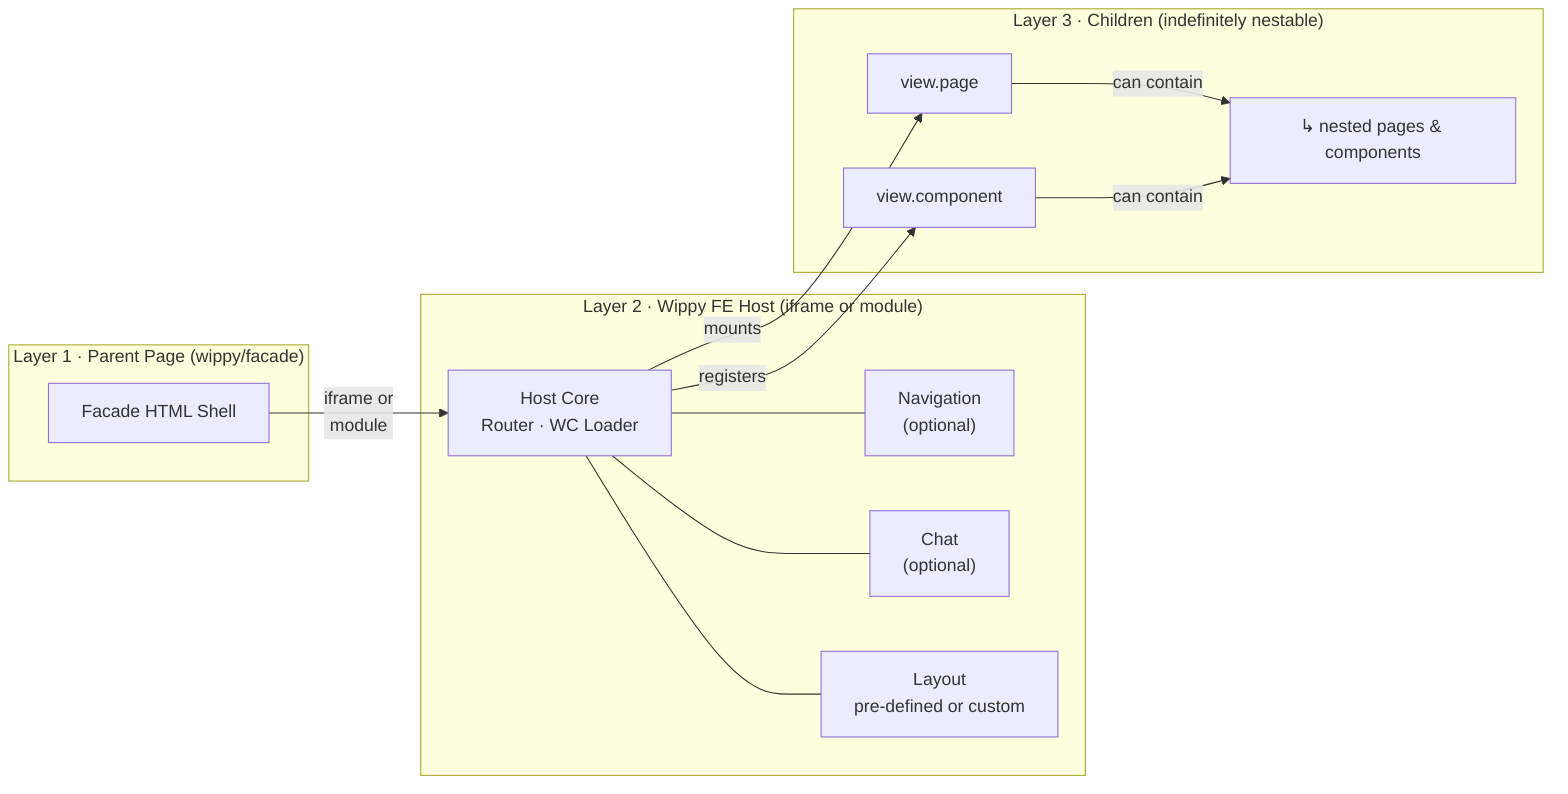
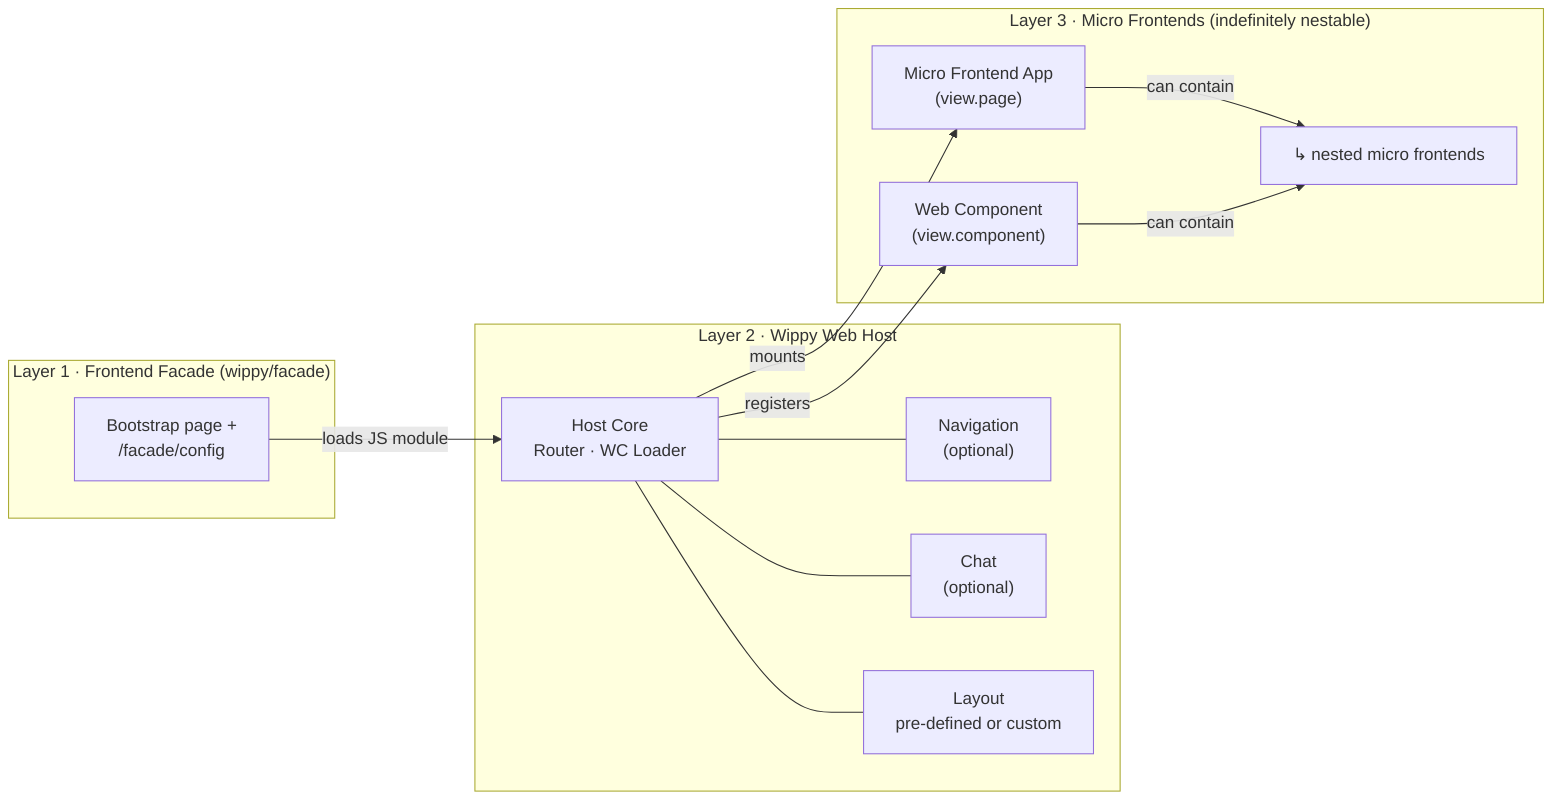
graph LR
-     subgraph L1["Layer 1 · Parent Page  (wippy/facade)"]
-         Facade["Facade HTML Shell"]
+     subgraph L1["Layer 1 · Frontend Facade  (wippy/facade)"]
+         Facade["Bootstrap page +\n/facade/config"]
    end

-     subgraph L2["Layer 2 · Wippy FE Host  (iframe or module)"]
+     subgraph L2["Layer 2 · Wippy Web Host"]
        Core["Host Core\nRouter · WC Loader"]
        Nav["Navigation\n(optional)"]
        Chat["Chat\n(optional)"]
        Layout["Layout\npre-defined or custom"]
    end

-     subgraph L3["Layer 3 · Children  (indefinitely nestable)"]
-         Page["view.page"]
-         WC["view.component"]
-         Deep["↳ nested pages & components"]
+     subgraph L3["Layer 3 · Micro Frontends  (indefinitely nestable)"]
+         Page["Micro Frontend App\n(view.page)"]
+         WC["Web Component\n(view.component)"]
+         Deep["↳ nested micro frontends"]
    end

-     Facade -->|"iframe or\nmodule"| Core
+     Facade -->|"loads JS module"| Core
    Core --- Nav
    Core --- Chat
    Core --- Layout
    Core -->|"mounts"| Page
    Core -->|"registers"| WC
    Page -->|"can contain"| Deep
    WC -->|"can contain"| Deep
